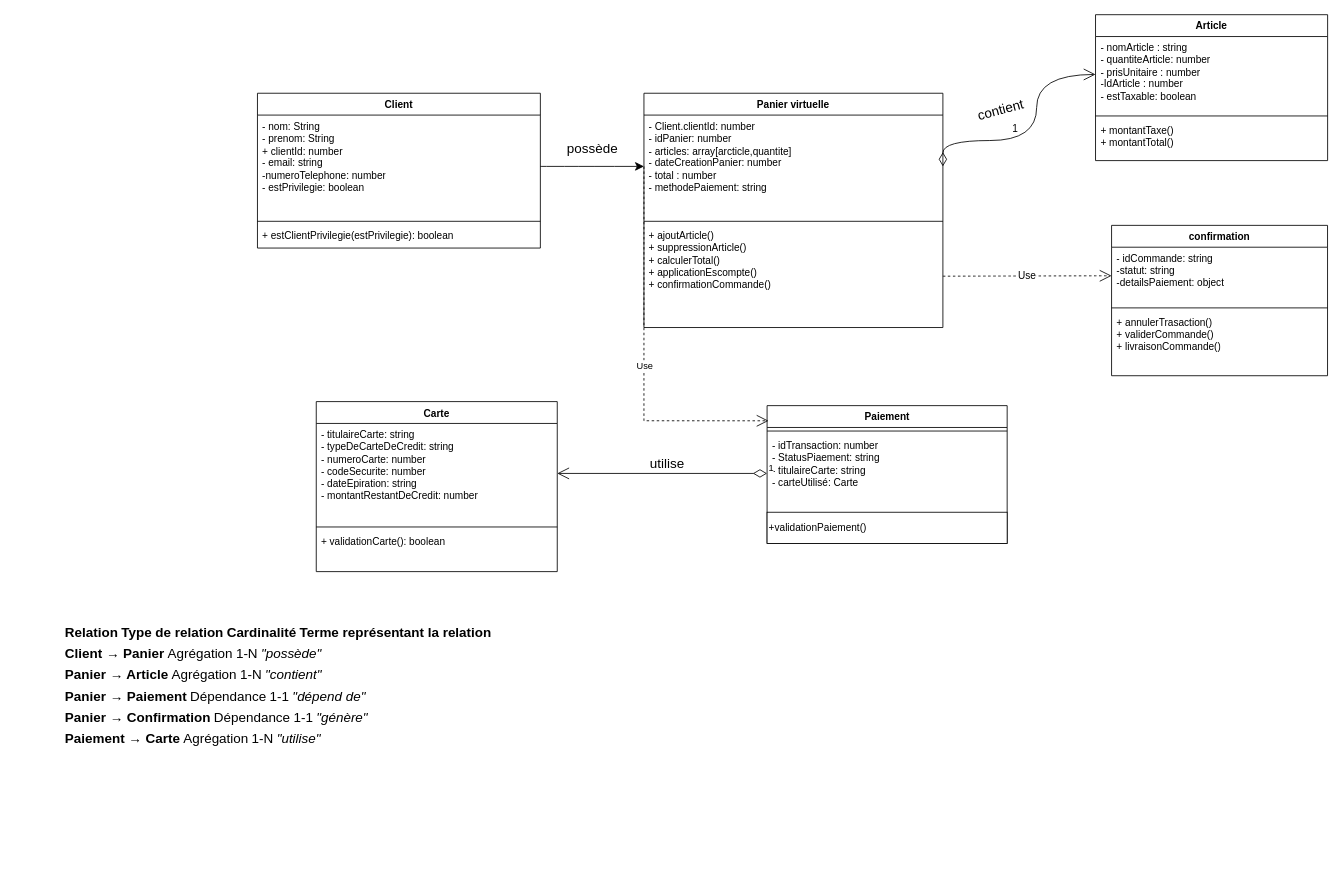
Before: page "Page-1" (1 of 2) of TP4.drawio in franck-code/tests, a draw.io diagram. Source tidied: cells renumbered, new cells numbered last; positions are measured from the earlier drawing's top-left corner, leaving out a move shared by most shapes. Both pictures are drawn from the tidied source at 84%, with x=0, y=0 at pixel (14, 14).
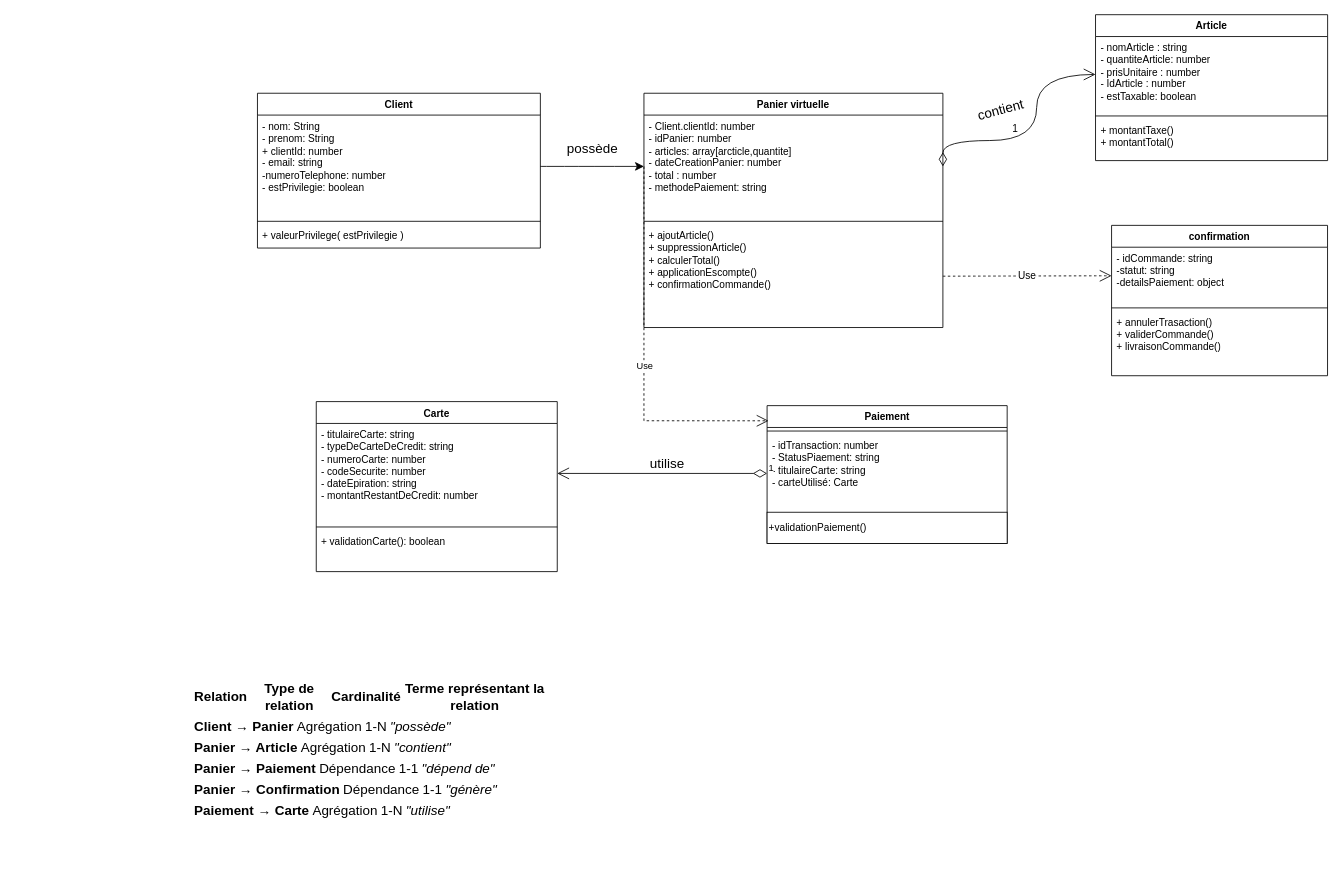
The same page after the edit.

The change refers to these unchanged cells:
```xml
<mxCell id="3" value="Article" style="swimlane;fontStyle=1;align=center;verticalAlign=top;horizontal=1;startSize=26;whiteSpace=wrap;html=1;" parent="2" vertex="1">
  <mxGeometry x="997.7" width="276.3" height="173.7" as="geometry" />
</mxCell>
<mxCell id="7" value="Client" style="swimlane;fontStyle=1;align=center;verticalAlign=top;horizontal=1;startSize=26;whiteSpace=wrap;html=1;" parent="2" vertex="1">
  <mxGeometry y="93.5" width="336.8" height="184.3" as="geometry" />
</mxCell>
```

Diff of the diagram source:
```diff
@@
-    <mxCell id="4" value="&lt;div&gt;- nomArticle : string&lt;/div&gt;&lt;div&gt;- quantiteArticle: number&lt;br&gt;- prisUnitaire : number&lt;/div&gt;&lt;div&gt;-IdArticle : number&lt;br&gt;- estTaxable: boolean&lt;br&gt;&lt;br&gt;&lt;/div&gt;" style="text;strokeColor=none;fillColor=none;align=left;verticalAlign=top;spacingLeft=4;spacingRight=4;overflow=hidden;points=[[0,0.5],[1,0.5]];portConstraint=eastwest;whiteSpace=wrap;html=1;" parent="3" vertex="1">
+    <mxCell id="4" value="&lt;div&gt;- nomArticle : string&lt;/div&gt;&lt;div&gt;- quantiteArticle: number&lt;br&gt;- prisUnitaire : number&lt;/div&gt;&lt;div&gt;- IdArticle : number&lt;br&gt;- estTaxable: boolean&lt;br&gt;&lt;br&gt;&lt;/div&gt;" style="text;strokeColor=none;fillColor=none;align=left;verticalAlign=top;spacingLeft=4;spacingRight=4;overflow=hidden;points=[[0,0.5],[1,0.5]];portConstraint=eastwest;whiteSpace=wrap;html=1;" parent="3" vertex="1">
       <mxGeometry y="26" width="276.3" height="90.3" as="geometry" />
     </mxCell>
@@
-    <mxCell id="10" value="+ estClientPrivilegie(estPrivilegie): boolean" style="text;strokeColor=none;fillColor=none;align=left;verticalAlign=top;spacingLeft=4;spacingRight=4;overflow=hidden;whiteSpace=wrap;html=1;" parent="7" vertex="1">
+    <mxCell id="10" value="+ valeurPrivilege( estPrivilegie )" style="text;strokeColor=none;fillColor=none;align=left;verticalAlign=top;spacingLeft=4;spacingRight=4;overflow=hidden;whiteSpace=wrap;html=1;" parent="7" vertex="1">
       <mxGeometry y="156.7" width="336.8" height="27.6" as="geometry" />
     </mxCell>
@@
     <mxCell id="35" value="&lt;table&gt;&lt;thead&gt;&lt;tr&gt;&lt;th&gt;Relation&lt;/th&gt;&lt;th&gt;Type de relation&lt;/th&gt;&lt;th&gt;Cardinalité&lt;/th&gt;&lt;th&gt;Terme représentant la relation&lt;/th&gt;&lt;/tr&gt;&lt;/thead&gt;&lt;/table&gt;&lt;table&gt;&lt;tbody&gt;&lt;tr&gt;&lt;td&gt;&lt;strong&gt;Client → Panier&lt;/strong&gt;&lt;/td&gt;&lt;td&gt;Agrégation&lt;/td&gt;&lt;td&gt;1-N&lt;/td&gt;&lt;td&gt;&lt;em&gt;&quot;possède&quot;&lt;/em&gt;&lt;/td&gt;&lt;/tr&gt;&lt;/tbody&gt;&lt;/table&gt;&lt;table&gt;&lt;tbody&gt;&lt;tr&gt;&lt;td&gt;&lt;strong&gt;Panier → Article&lt;/strong&gt;&lt;/td&gt;&lt;td&gt;Agrégation&lt;/td&gt;&lt;td&gt;1-N&lt;/td&gt;&lt;td&gt;&lt;em&gt;&quot;contient&quot;&lt;/em&gt;&lt;/td&gt;&lt;/tr&gt;&lt;/tbody&gt;&lt;/table&gt;&lt;table&gt;&lt;tbody&gt;&lt;tr&gt;&lt;td&gt;&lt;strong&gt;Panier → Paiement&lt;/strong&gt;&lt;/td&gt;&lt;td&gt;Dépendance&lt;/td&gt;&lt;td&gt;1-1&lt;/td&gt;&lt;td&gt;&lt;em&gt;&quot;dépend de&quot;&lt;/em&gt;&lt;/td&gt;&lt;/tr&gt;&lt;/tbody&gt;&lt;/table&gt;&lt;table&gt;&lt;tbody&gt;&lt;tr&gt;&lt;td&gt;&lt;strong&gt;Panier → Confirmation&lt;/strong&gt;&lt;/td&gt;&lt;td&gt;Dépendance&lt;/td&gt;&lt;td&gt;1-1&lt;/td&gt;&lt;td&gt;&lt;em&gt;&quot;génère&quot;&lt;/em&gt;&lt;/td&gt;&lt;/tr&gt;&lt;/tbody&gt;&lt;/table&gt;&lt;table&gt;&lt;tbody&gt;&lt;tr&gt;&lt;td&gt;&lt;strong&gt;Paiement → Carte&lt;/strong&gt;&lt;/td&gt;&lt;td&gt;Agrégation&lt;/td&gt;&lt;td&gt;1-N&lt;/td&gt;&lt;td&gt;&lt;em&gt;&quot;utilise&quot;&lt;/em&gt;&lt;/td&gt;&lt;/tr&gt;&lt;/tbody&gt;&lt;/table&gt;" style="text;strokeColor=none;fillColor=none;html=1;align=center;verticalAlign=middle;whiteSpace=wrap;rounded=0;fontSize=16;" parent="1" vertex="1">
-      <mxGeometry y="599" width="628" height="398" as="geometry" />
+      <mxGeometry x="210" y="742" width="426" height="266" as="geometry" />
     </mxCell>
```
